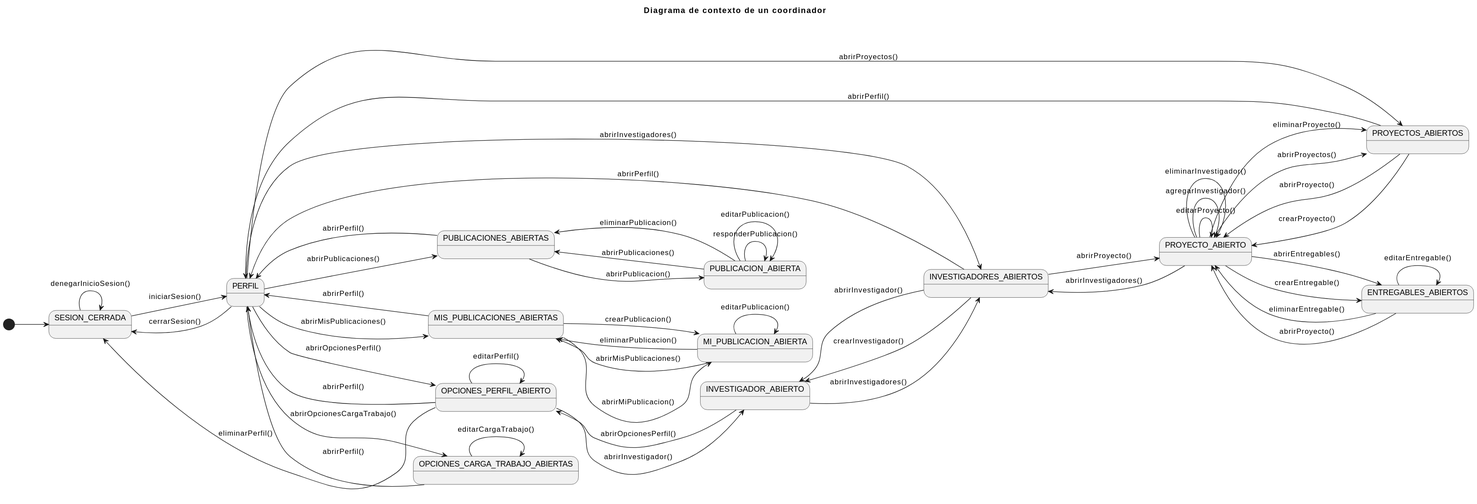
Before: documentación/CasosDeUso/Imagenes/DiagramaContextoCoordinador.svg, a diagram exported from PlantUML (31Diego/25-26-IdSw1-SdR).
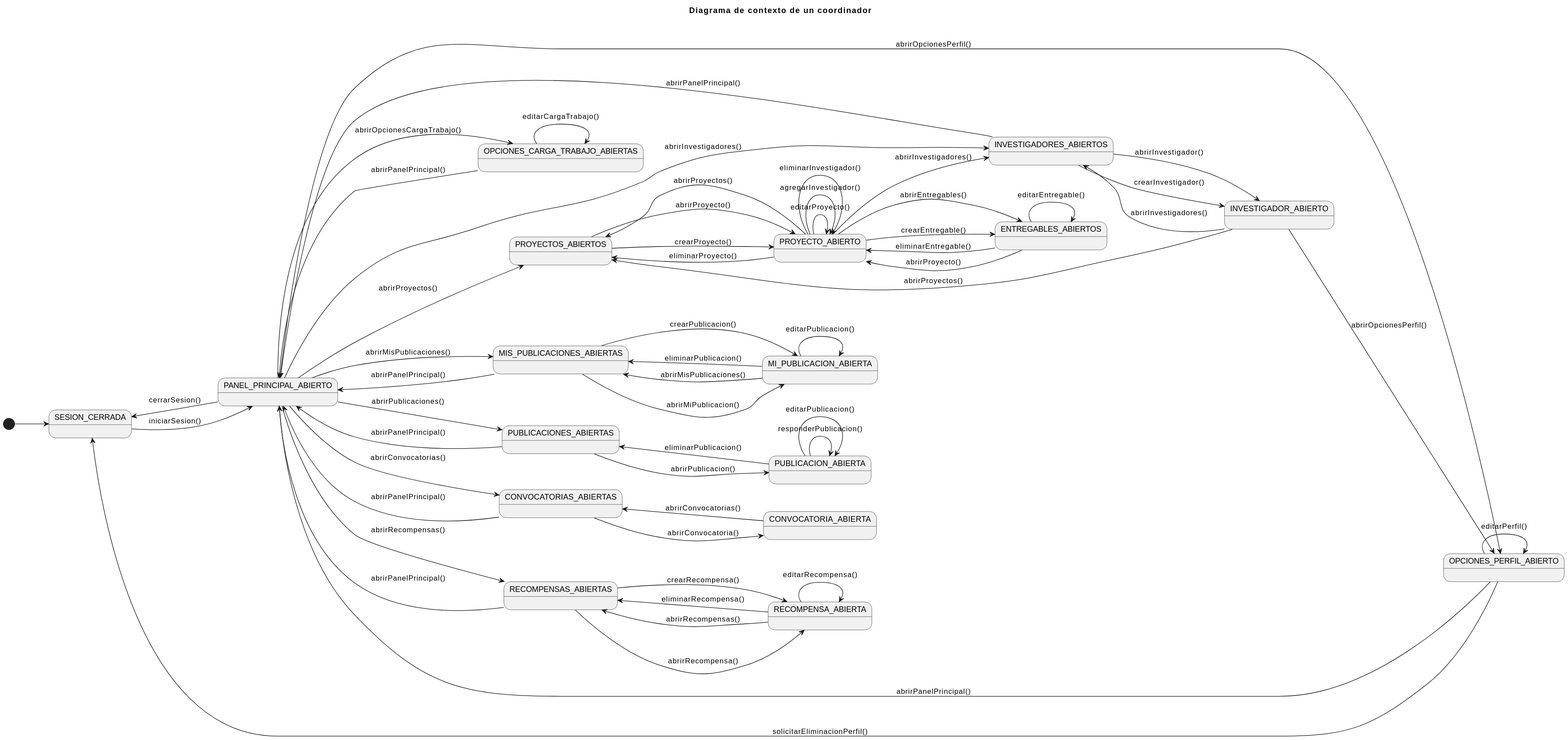
The same file after the commit.

Commit message:
correcciones diagramas contexto

Change to the diagram source:
```diff
@@ -4,30 +4,48 @@
 left to right direction
 
 [*] --> SESION_CERRADA
-SESION_CERRADA --> SESION_CERRADA: denegarInicioSesion()
-SESION_CERRADA --> PERFIL: iniciarSesion()
-PERFIL --> SESION_CERRADA: cerrarSesion()
-PERFIL --> OPCIONES_PERFIL_ABIERTO: abrirOpcionesPerfil()
-PERFIL --> OPCIONES_CARGA_TRABAJO_ABIERTAS: abrirOpcionesCargaTrabajo()
-PERFIL --> PROYECTOS_ABIERTOS: abrirProyectos()
-PERFIL --> INVESTIGADORES_ABIERTOS: abrirInvestigadores()
-PERFIL --> MIS_PUBLICACIONES_ABIERTAS: abrirMisPublicaciones()
-PERFIL --> PUBLICACIONES_ABIERTAS: abrirPublicaciones()
+SESION_CERRADA --> PANEL_PRINCIPAL_ABIERTO: iniciarSesion()
+PANEL_PRINCIPAL_ABIERTO --> SESION_CERRADA: cerrarSesion()
+
+PANEL_PRINCIPAL_ABIERTO --> OPCIONES_PERFIL_ABIERTO: abrirOpcionesPerfil()
+PANEL_PRINCIPAL_ABIERTO --> OPCIONES_CARGA_TRABAJO_ABIERTAS: abrirOpcionesCargaTrabajo()
+PANEL_PRINCIPAL_ABIERTO --> PROYECTOS_ABIERTOS: abrirProyectos()
+PANEL_PRINCIPAL_ABIERTO --> INVESTIGADORES_ABIERTOS: abrirInvestigadores()
+PANEL_PRINCIPAL_ABIERTO --> MIS_PUBLICACIONES_ABIERTAS: abrirMisPublicaciones()
+PANEL_PRINCIPAL_ABIERTO --> PUBLICACIONES_ABIERTAS: abrirPublicaciones()
+PANEL_PRINCIPAL_ABIERTO --> CONVOCATORIAS_ABIERTAS: abrirConvocatorias()
+PANEL_PRINCIPAL_ABIERTO --> RECOMPENSAS_ABIERTAS: abrirRecompensas()
 
 PUBLICACIONES_ABIERTAS --> PUBLICACION_ABIERTA: abrirPublicacion()
 PUBLICACION_ABIERTA --> PUBLICACION_ABIERTA: responderPublicacion()
 PUBLICACION_ABIERTA --> PUBLICACION_ABIERTA: editarPublicacion()
 PUBLICACION_ABIERTA --> PUBLICACIONES_ABIERTAS: eliminarPublicacion()
+PUBLICACIONES_ABIERTAS --> PANEL_PRINCIPAL_ABIERTO: abrirPanelPrincipal()
 
 MIS_PUBLICACIONES_ABIERTAS --> MI_PUBLICACION_ABIERTA: abrirMiPublicacion()
 MIS_PUBLICACIONES_ABIERTAS --> MI_PUBLICACION_ABIERTA: crearPublicacion()
 MI_PUBLICACION_ABIERTA --> MI_PUBLICACION_ABIERTA: editarPublicacion()
 MI_PUBLICACION_ABIERTA --> MIS_PUBLICACIONES_ABIERTAS: eliminarPublicacion()
+MIS_PUBLICACIONES_ABIERTAS --> PANEL_PRINCIPAL_ABIERTO: abrirPanelPrincipal()
+MI_PUBLICACION_ABIERTA --> MIS_PUBLICACIONES_ABIERTAS: abrirMisPublicaciones()
 
 OPCIONES_PERFIL_ABIERTO --> OPCIONES_PERFIL_ABIERTO: editarPerfil()
-OPCIONES_PERFIL_ABIERTO --> SESION_CERRADA: eliminarPerfil()
+OPCIONES_PERFIL_ABIERTO --> SESION_CERRADA: solicitarEliminacionPerfil()
+OPCIONES_PERFIL_ABIERTO --> PANEL_PRINCIPAL_ABIERTO: abrirPanelPrincipal()
 
 OPCIONES_CARGA_TRABAJO_ABIERTAS --> OPCIONES_CARGA_TRABAJO_ABIERTAS: editarCargaTrabajo()
+OPCIONES_CARGA_TRABAJO_ABIERTAS --> PANEL_PRINCIPAL_ABIERTO: abrirPanelPrincipal()
+
+CONVOCATORIAS_ABIERTAS --> CONVOCATORIA_ABIERTA: abrirConvocatoria()
+CONVOCATORIA_ABIERTA --> CONVOCATORIAS_ABIERTAS: abrirConvocatorias()
+CONVOCATORIAS_ABIERTAS --> PANEL_PRINCIPAL_ABIERTO: abrirPanelPrincipal()
+
+RECOMPENSAS_ABIERTAS --> RECOMPENSA_ABIERTA: abrirRecompensa()
+RECOMPENSAS_ABIERTAS --> RECOMPENSA_ABIERTA: crearRecompensa()
+RECOMPENSA_ABIERTA --> RECOMPENSA_ABIERTA: editarRecompensa()
+RECOMPENSA_ABIERTA --> RECOMPENSAS_ABIERTAS: eliminarRecompensa()
+RECOMPENSA_ABIERTA --> RECOMPENSAS_ABIERTAS: abrirRecompensas()
+RECOMPENSAS_ABIERTAS --> PANEL_PRINCIPAL_ABIERTO: abrirPanelPrincipal()
 
 PROYECTOS_ABIERTOS --> PROYECTO_ABIERTO: abrirProyecto()
 PROYECTOS_ABIERTOS --> PROYECTO_ABIERTO: crearProyecto()
@@ -37,33 +55,18 @@
 PROYECTO_ABIERTO --> PROYECTO_ABIERTO: eliminarInvestigador()
 PROYECTO_ABIERTO --> ENTREGABLES_ABIERTOS: abrirEntregables()
 PROYECTO_ABIERTO --> ENTREGABLES_ABIERTOS: crearEntregable()
+PROYECTO_ABIERTO --> INVESTIGADORES_ABIERTOS: abrirInvestigadores()
+PROYECTO_ABIERTO --> PROYECTOS_ABIERTOS: abrirProyectos()
 
 ENTREGABLES_ABIERTOS --> ENTREGABLES_ABIERTOS: editarEntregable()
 ENTREGABLES_ABIERTOS --> PROYECTO_ABIERTO: eliminarEntregable()
-
-PROYECTO_ABIERTO --> INVESTIGADORES_ABIERTOS: abrirInvestigadores()
+ENTREGABLES_ABIERTOS --> PROYECTO_ABIERTO: abrirProyecto()
 
 INVESTIGADORES_ABIERTOS --> INVESTIGADOR_ABIERTO: abrirInvestigador()
 INVESTIGADORES_ABIERTOS --> INVESTIGADOR_ABIERTO: crearInvestigador()
+INVESTIGADORES_ABIERTOS --> PANEL_PRINCIPAL_ABIERTO: abrirPanelPrincipal()
 
 INVESTIGADOR_ABIERTO --> OPCIONES_PERFIL_ABIERTO: abrirOpcionesPerfil()
-
-PUBLICACIONES_ABIERTAS --> PERFIL: abrirPerfil()
-PUBLICACION_ABIERTA --> PUBLICACIONES_ABIERTAS: abrirPublicaciones()
-
-MIS_PUBLICACIONES_ABIERTAS --> PERFIL: abrirPerfil()
-MI_PUBLICACION_ABIERTA --> MIS_PUBLICACIONES_ABIERTAS: abrirMisPublicaciones()
-
-PROYECTOS_ABIERTOS --> PERFIL: abrirPerfil()
-PROYECTO_ABIERTO --> PROYECTOS_ABIERTOS: abrirProyectos()
-
-ENTREGABLES_ABIERTOS --> PROYECTO_ABIERTO: abrirProyecto()
-
-INVESTIGADORES_ABIERTOS --> PROYECTO_ABIERTO: abrirProyecto()
-INVESTIGADORES_ABIERTOS --> PERFIL: abrirPerfil()
 INVESTIGADOR_ABIERTO --> INVESTIGADORES_ABIERTOS: abrirInvestigadores()
-
-OPCIONES_CARGA_TRABAJO_ABIERTAS --> PERFIL: abrirPerfil()
-OPCIONES_PERFIL_ABIERTO --> PERFIL: abrirPerfil()
-OPCIONES_PERFIL_ABIERTO --> INVESTIGADOR_ABIERTO: abrirInvestigador()
+INVESTIGADOR_ABIERTO --> PROYECTOS_ABIERTOS: abrirProyectos()
 @enduml
```
